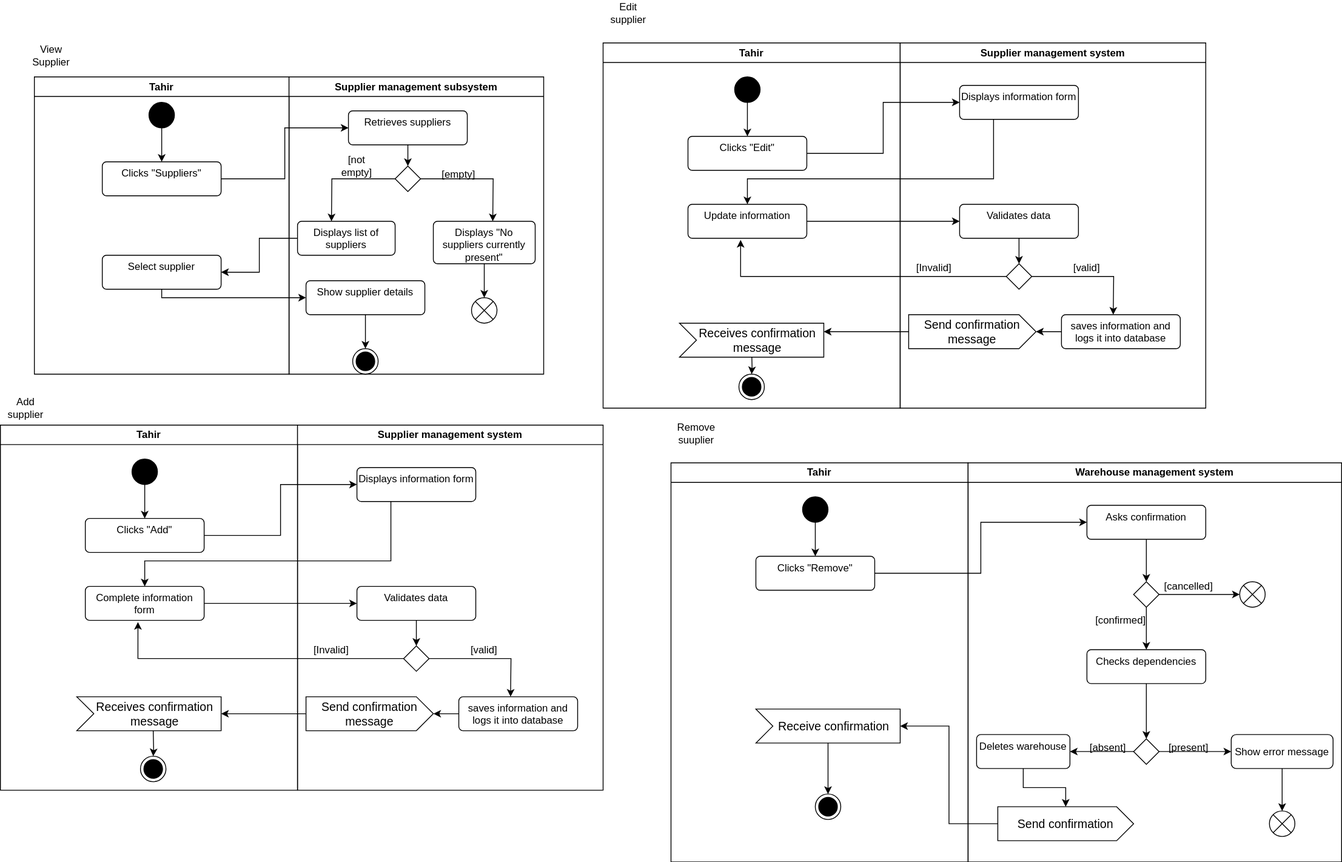
Earlier version of the draw.io export supplier_act.svg (Simamkele88/IFM3_GP). Source tidied: cells renumbered, new cells last; positions are measured from the earlier drawing's top-left corner, leaving out a move shared by most shapes.
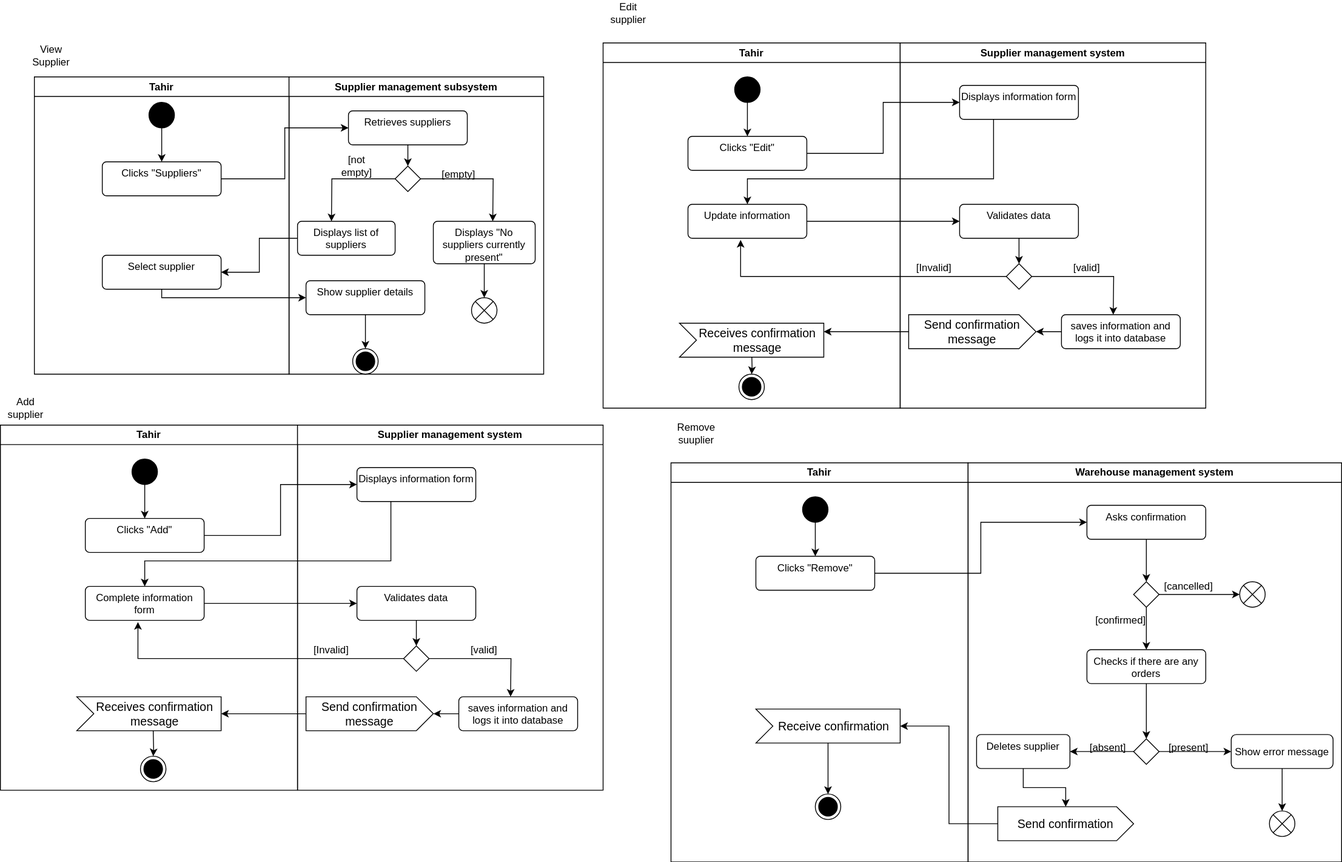
The same file after the commit.

Change to the diagram source:
```diff
@@ -311,7 +311,7 @@
     <mxCell id="93" style="edgeStyle=orthogonalEdgeStyle;rounded=0;jettySize=auto;html=1;" parent="85" edge="1" source="94" target="98">
       <mxGeometry relative="1" as="geometry" />
     </mxCell>
-    <mxCell id="94" value="Checks dependencies" style="html=1;align=center;verticalAlign=top;rounded=1;absoluteArcSize=1;arcSize=10;dashed=0;whiteSpace=wrap;" parent="85" vertex="1">
+    <mxCell id="94" value="Checks if there are any orders" style="html=1;align=center;verticalAlign=top;rounded=1;absoluteArcSize=1;arcSize=10;dashed=0;whiteSpace=wrap;" parent="85" vertex="1">
       <mxGeometry x="140" y="220" width="140" height="40" as="geometry" />
     </mxCell>
     <mxCell id="95" value="[confirmed]" style="text;html=1;align=center;verticalAlign=middle;whiteSpace=wrap;rounded=0;" parent="85" vertex="1">
@@ -343,7 +343,7 @@
     <mxCell id="103" style="edgeStyle=orthogonalEdgeStyle;rounded=0;jettySize=auto;html=1;" parent="85" edge="1" source="104" target="106">
       <mxGeometry relative="1" as="geometry" />
     </mxCell>
-    <mxCell id="104" value="Deletes warehouse" style="html=1;align=center;verticalAlign=top;rounded=1;absoluteArcSize=1;arcSize=10;dashed=0;whiteSpace=wrap;" parent="85" vertex="1">
+    <mxCell id="104" value="Deletes supplier" style="html=1;align=center;verticalAlign=top;rounded=1;absoluteArcSize=1;arcSize=10;dashed=0;whiteSpace=wrap;" parent="85" vertex="1">
       <mxGeometry x="10" y="320" width="110" height="40" as="geometry" />
     </mxCell>
     <mxCell id="105" style="shape=sumEllipse;perimeter=ellipsePerimeter;html=1;backgroundOutline=1;" parent="85" vertex="1">
```
